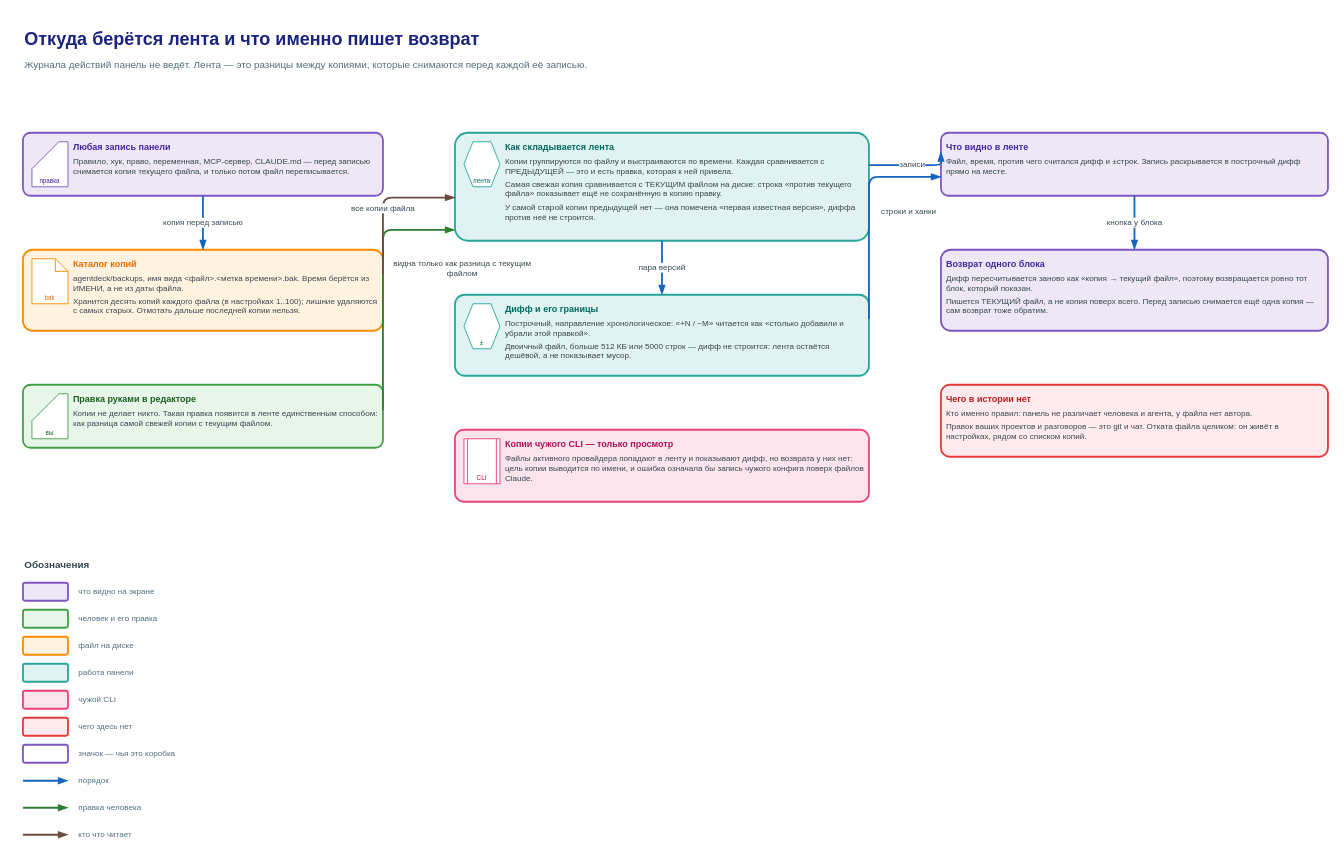
rusyander/claude-control keeps this draw.io diagram as docs/diagrams/history-guide/history-guide.drawio. Above is the earlier version. Source tidied: cells renumbered, new cells numbered last; positions are measured from the earlier drawing's top-left corner, leaving out a move shared by most shapes. Both pictures are drawn from the tidied source at 90%, with x=0, y=0 at pixel (22, 24).
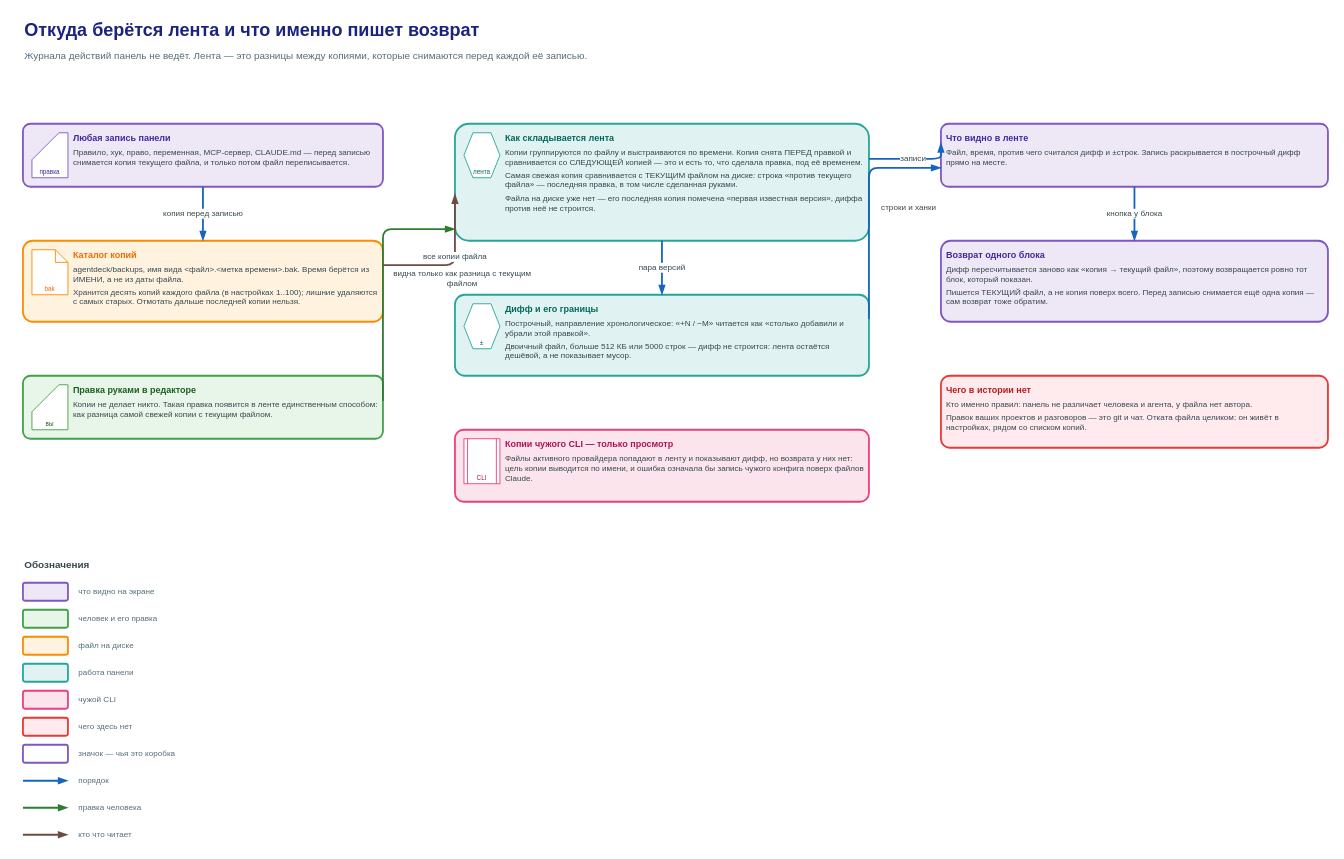
After the change.

The change refers to these unchanged cells:
```xml
<mxCell id="12" value="&lt;div style=&quot;font-size:10px;font-weight:600;color:#00695C;text-align:left&quot;&gt;Дифф и его границы&lt;/div&gt;&lt;div style=&quot;font-size:9px;text-align:left;margin-top:4px&quot;&gt;Построчный, направление хронологическое: «+N / −M» читается как «столько добавили и убрали этой правкой».&lt;/div&gt;&lt;div style=&quot;font-size:9px;text-align:left;margin-top:4px&quot;&gt;Двоичный файл, больше 512 КБ или 5000 строк — дифф не строится: лента остаётся дешёвой, а не показывает мусор.&lt;/div&gt;" style="rounded=1;arcSize=12;fillColor=#E0F2F1;strokeColor=#26A69A;strokeWidth=2;html=1;whiteSpace=wrap;align=left;verticalAlign=top;spacing=6;fontSize=9;fontColor=#37474F;spacingLeft=50;informational=1;" parent="1" vertex="1">
  <mxGeometry x="480" y="300" width="460" height="90" as="geometry" />
</mxCell>
```

The edit, as a diff of the source:
```diff
@@
     <mxCell id="2" value="Откуда берётся лента и что именно пишет возврат" style="text;html=1;whiteSpace=wrap;align=left;verticalAlign=middle;fontSize=20;fontColor=#1A237E;fontStyle=1;" parent="1" vertex="1">
-      <mxGeometry width="1240" height="30" as="geometry" />
+      <mxGeometry y="-10" width="1240" height="30" as="geometry" />
     </mxCell>
     <mxCell id="3" value="Журнала действий панель не ведёт. Лента — это разницы между копиями, которые снимаются перед каждой её записью." style="text;html=1;whiteSpace=wrap;align=left;verticalAlign=middle;fontSize=11;fontColor=#546E7A;" parent="1" vertex="1">
-      <mxGeometry y="30" width="1240" height="30" as="geometry" />
+      <mxGeometry y="20" width="1240" height="30" as="geometry" />
     </mxCell>
     <mxCell id="4" value="&lt;div style=&quot;font-size:10px;font-weight:600;color:#4527A0;text-align:left&quot;&gt;Любая запись панели&lt;/div&gt;&lt;div style=&quot;font-size:9px;text-align:left;margin-top:4px&quot;&gt;Правило, хук, право, переменная, MCP-сервер, CLAUDE.md — перед записью снимается копия текущего файла, и только потом файл переписывается.&lt;/div&gt;" style="rounded=1;arcSize=12;fillColor=#EDE7F6;strokeColor=#7E57C2;strokeWidth=2;html=1;whiteSpace=wrap;align=left;verticalAlign=top;spacing=6;fontSize=9;fontColor=#37474F;spacingLeft=50;informational=1;" parent="1" vertex="1">
-      <mxGeometry y="120" width="400" height="70" as="geometry" />
+      <mxGeometry y="110" width="400" height="70" as="geometry" />
     </mxCell>
@@
     <mxCell id="6" value="&lt;div style=&quot;font-size:10px;font-weight:600;color:#EF6C00;text-align:left&quot;&gt;Каталог копий&lt;/div&gt;&lt;div style=&quot;font-size:9px;text-align:left;margin-top:4px&quot;&gt;agentdeck/backups, имя вида &lt;файл&gt;.&lt;метка времени&gt;.bak. Время берётся из ИМЕНИ, а не из даты файла.&lt;/div&gt;&lt;div style=&quot;font-size:9px;text-align:left;margin-top:4px&quot;&gt;Хранится десять копий каждого файла (в настройках 1..100); лишние удаляются с самых старых. Отмотать дальше последней копии нельзя.&lt;/div&gt;" style="rounded=1;arcSize=12;fillColor=#FFF3E0;strokeColor=#FB8C00;strokeWidth=2;html=1;whiteSpace=wrap;align=left;verticalAlign=top;spacing=6;fontSize=9;fontColor=#37474F;spacingLeft=50;informational=1;" parent="1" vertex="1">
-      <mxGeometry y="250" width="400" height="90" as="geometry" />
+      <mxGeometry y="240" width="400" height="90" as="geometry" />
     </mxCell>
@@
     <mxCell id="8" value="&lt;div style=&quot;font-size:10px;font-weight:600;color:#1B5E20;text-align:left&quot;&gt;Правка руками в редакторе&lt;/div&gt;&lt;div style=&quot;font-size:9px;text-align:left;margin-top:4px&quot;&gt;Копии не делает никто. Такая правка появится в ленте единственным способом: как разница самой свежей копии с текущим файлом.&lt;/div&gt;" style="rounded=1;arcSize=12;fillColor=#E8F5E9;strokeColor=#43A047;strokeWidth=2;html=1;whiteSpace=wrap;align=left;verticalAlign=top;spacing=6;fontSize=9;fontColor=#37474F;spacingLeft=50;informational=1;" parent="1" vertex="1">
-      <mxGeometry y="400" width="400" height="70" as="geometry" />
+      <mxGeometry y="390" width="400" height="70" as="geometry" />
     </mxCell>
@@
-    <mxCell id="10" value="&lt;div style=&quot;font-size:10px;font-weight:600;color:#00695C;text-align:left&quot;&gt;Как складывается лента&lt;/div&gt;&lt;div style=&quot;font-size:9px;text-align:left;margin-top:4px&quot;&gt;Копии группируются по файлу и выстраиваются по времени. Каждая сравнивается с ПРЕДЫДУЩЕЙ — это и есть правка, которая к ней привела.&lt;/div&gt;&lt;div style=&quot;font-size:9px;text-align:left;margin-top:4px&quot;&gt;Самая свежая копия сравнивается с ТЕКУЩИМ файлом на диске: строка «против текущего файла» показывает ещё не сохранённую в копию правку.&lt;/div&gt;&lt;div style=&quot;font-size:9px;text-align:left;margin-top:4px&quot;&gt;У самой старой копии предыдущей нет — она помечена «первая известная версия», диффа против неё не строится.&lt;/div&gt;" style="rounded=1;arcSize=12;fillColor=#E0F2F1;strokeColor=#26A69A;strokeWidth=2;html=1;whiteSpace=wrap;align=left;verticalAlign=top;spacing=6;fontSize=9;fontColor=#37474F;spacingLeft=50;informational=1;" parent="1" vertex="1">
-      <mxGeometry x="480" y="120" width="460" height="120" as="geometry" />
+    <mxCell id="10" value="&lt;div style=&quot;font-size:10px;font-weight:600;color:#00695C;text-align:left&quot;&gt;Как складывается лента&lt;/div&gt;&lt;div style=&quot;font-size:9px;text-align:left;margin-top:4px&quot;&gt;Копии группируются по файлу и выстраиваются по времени. Копия снята ПЕРЕД правкой и сравнивается со СЛЕДУЮЩЕЙ копией — это и есть то, что сделала правка, под её временем.&lt;/div&gt;&lt;div style=&quot;font-size:9px;text-align:left;margin-top:4px&quot;&gt;Самая свежая копия сравнивается с ТЕКУЩИМ файлом на диске: строка «против текущего файла» — последняя правка, в том числе сделанная руками.&lt;/div&gt;&lt;div style=&quot;font-size:9px;text-align:left;margin-top:4px&quot;&gt;Файла на диске уже нет — его последняя копия помечена «первая известная версия», диффа против неё не строится.&lt;/div&gt;" style="rounded=1;arcSize=12;fillColor=#E0F2F1;strokeColor=#26A69A;strokeWidth=2;html=1;whiteSpace=wrap;align=left;verticalAlign=top;spacing=6;fontSize=9;fontColor=#37474F;spacingLeft=50;informational=1;" parent="1" vertex="1">
+      <mxGeometry x="480" y="110" width="460" height="130" as="geometry" />
     </mxCell>
@@
     <mxCell id="16" value="&lt;div style=&quot;font-size:10px;font-weight:600;color:#4527A0;text-align:left&quot;&gt;Что видно в ленте&lt;/div&gt;&lt;div style=&quot;font-size:9px;text-align:left;margin-top:4px&quot;&gt;Файл, время, против чего считался дифф и ±строк. Запись раскрывается в построчный дифф прямо на месте.&lt;/div&gt;" style="rounded=1;arcSize=12;fillColor=#EDE7F6;strokeColor=#7E57C2;strokeWidth=2;html=1;whiteSpace=wrap;align=left;verticalAlign=top;spacing=6;fontSize=9;fontColor=#37474F;informational=1;" parent="1" vertex="1">
-      <mxGeometry x="1020" y="120" width="430" height="70" as="geometry" />
+      <mxGeometry x="1020" y="110" width="430" height="70" as="geometry" />
     </mxCell>
     <mxCell id="17" value="&lt;div style=&quot;font-size:10px;font-weight:600;color:#4527A0;text-align:left&quot;&gt;Возврат одного блока&lt;/div&gt;&lt;div style=&quot;font-size:9px;text-align:left;margin-top:4px&quot;&gt;Дифф пересчитывается заново как «копия → текущий файл», поэтому возвращается ровно тот блок, который показан.&lt;/div&gt;&lt;div style=&quot;font-size:9px;text-align:left;margin-top:4px&quot;&gt;Пишется ТЕКУЩИЙ файл, а не копия поверх всего. Перед записью снимается ещё одна копия — сам возврат тоже обратим.&lt;/div&gt;" style="rounded=1;arcSize=12;fillColor=#EDE7F6;strokeColor=#7E57C2;strokeWidth=2;html=1;whiteSpace=wrap;align=left;verticalAlign=top;spacing=6;fontSize=9;fontColor=#37474F;informational=1;" parent="1" vertex="1">
-      <mxGeometry x="1020" y="250" width="430" height="90" as="geometry" />
+      <mxGeometry x="1020" y="240" width="430" height="90" as="geometry" />
     </mxCell>
     <mxCell id="18" value="&lt;div style=&quot;font-size:10px;font-weight:600;color:#B71C1C;text-align:left&quot;&gt;Чего в истории нет&lt;/div&gt;&lt;div style=&quot;font-size:9px;text-align:left;margin-top:4px&quot;&gt;Кто именно правил: панель не различает человека и агента, у файла нет автора.&lt;/div&gt;&lt;div style=&quot;font-size:9px;text-align:left;margin-top:4px&quot;&gt;Правок ваших проектов и разговоров — это git и чат. Отката файла целиком: он живёт в настройках, рядом со списком копий.&lt;/div&gt;" style="rounded=1;arcSize=12;fillColor=#FFEBEE;strokeColor=#E53935;strokeWidth=2;html=1;whiteSpace=wrap;align=left;verticalAlign=top;spacing=6;fontSize=9;fontColor=#37474F;informational=1;" parent="1" vertex="1">
-      <mxGeometry x="1020" y="400" width="430" height="80" as="geometry" />
+      <mxGeometry x="1020" y="390" width="430" height="80" as="geometry" />
     </mxCell>
@@
     <mxCell id="20" value="видна только как разница с текущим&lt;br&gt;файлом" style="edgeStyle=orthogonalEdgeStyle;rounded=1;html=1;fontSize=9;fontColor=#37474F;labelBackgroundColor=#FFFFFF;endArrow=blockThin;endFill=1;jettySize=auto;strokeWidth=2;strokeColor=#2E7D32;exitX=1;exitY=0.4;exitDx=0;exitDy=0;entryX=0;entryY=0.9;entryDx=0;entryDy=0;" parent="1" edge="1" source="8" target="10">
-      <mxGeometry x="0.12" y="-88" relative="1" as="geometry">
+      <mxGeometry y="-88" relative="1" as="geometry">
         <Array as="points">
-          <mxPoint x="400" y="228" />
+          <mxPoint x="400" y="227" />
         </Array>
       </mxGeometry>
     </mxCell>
     <mxCell id="21" value="все копии файла" style="edgeStyle=orthogonalEdgeStyle;rounded=1;html=1;fontSize=9;fontColor=#37474F;labelBackgroundColor=#FFFFFF;endArrow=blockThin;endFill=1;jettySize=auto;strokeWidth=2;strokeColor=#6D4C41;exitX=1;exitY=0.3;exitDx=0;exitDy=0;entryX=0;entryY=0.6;entryDx=0;entryDy=0;" parent="1" edge="1" source="6" target="10">
-      <mxGeometry x="-0.12" relative="1" as="geometry">
+      <mxGeometry x="0.12" relative="1" as="geometry">
         <Array as="points">
-          <mxPoint x="400" y="192" />
+          <mxPoint x="480" y="267" />
         </Array>
       </mxGeometry>
     </mxCell>
@@
     <mxCell id="23" value="строки и ханки" style="edgeStyle=orthogonalEdgeStyle;rounded=1;html=1;fontSize=9;fontColor=#37474F;labelBackgroundColor=#FFFFFF;endArrow=blockThin;endFill=1;jettySize=auto;strokeWidth=2;strokeColor=#1565C0;exitX=1;exitY=0.3;exitDx=0;exitDy=0;entryX=0;entryY=0.7;entryDx=0;entryDy=0;" parent="1" edge="1" source="12" target="16">
       <mxGeometry y="-44" relative="1" as="geometry">
         <Array as="points">
-          <mxPoint x="940" y="169" />
+          <mxPoint x="940" y="159" />
         </Array>
       </mxGeometry>
     </mxCell>
     <mxCell id="24" value="записи" style="edgeStyle=orthogonalEdgeStyle;rounded=1;html=1;fontSize=9;fontColor=#37474F;labelBackgroundColor=#FFFFFF;endArrow=blockThin;endFill=1;jettySize=auto;strokeWidth=2;strokeColor=#1565C0;exitX=1;exitY=0.3;exitDx=0;exitDy=0;entryX=0;entryY=0.3;entryDx=0;entryDy=0;" parent="1" edge="1" source="10" target="16">
       <mxGeometry relative="1" as="geometry">
         <Array as="points">
-          <mxPoint x="1020" y="156" />
+          <mxPoint x="1020" y="149" />
         </Array>
       </mxGeometry>
     </mxCell>
```
